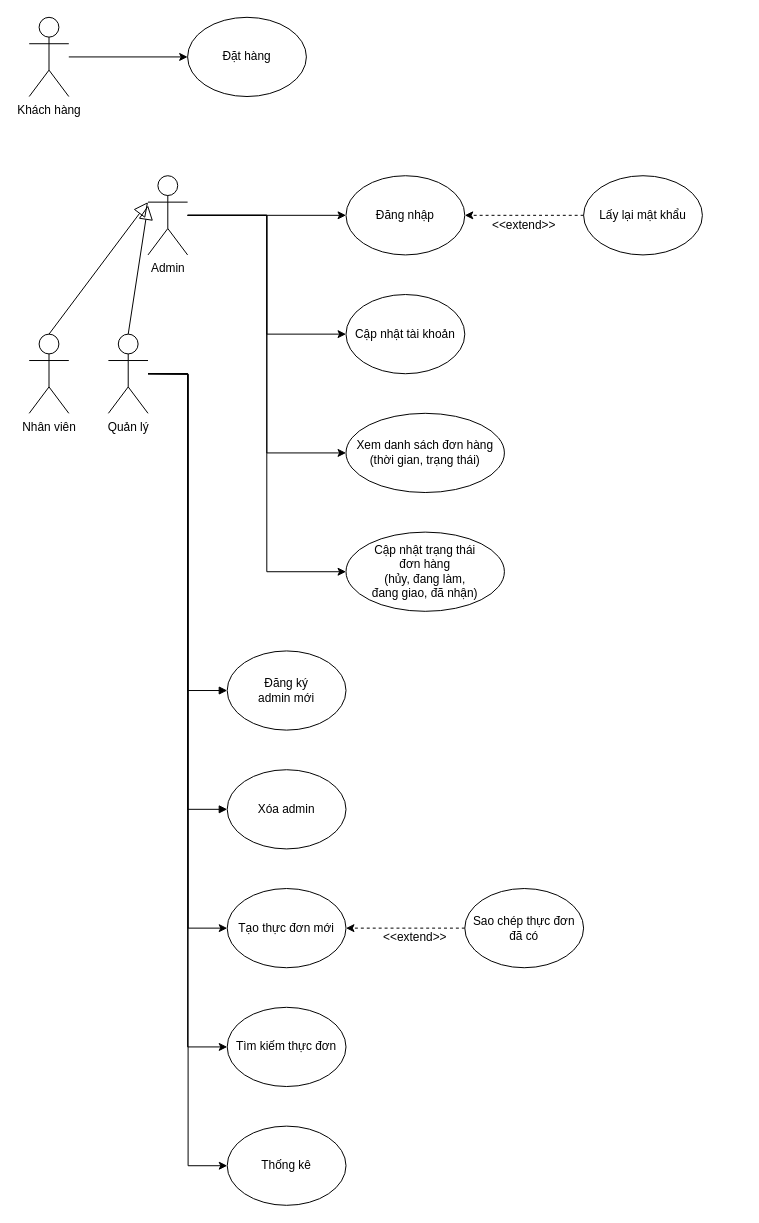
The draw.io diagram phan_tich/use-case/gourmet-catering-use-case.drawio in caoduonggithub/gourmet-au-catering, before the edit. Source tidied: cells renumbered, new cells numbered last; positions are measured from the earlier drawing's top-left corner, leaving out a move shared by most shapes. Both pictures are drawn from the tidied source at 99%, with x=0, y=0 at pixel (29, 17).
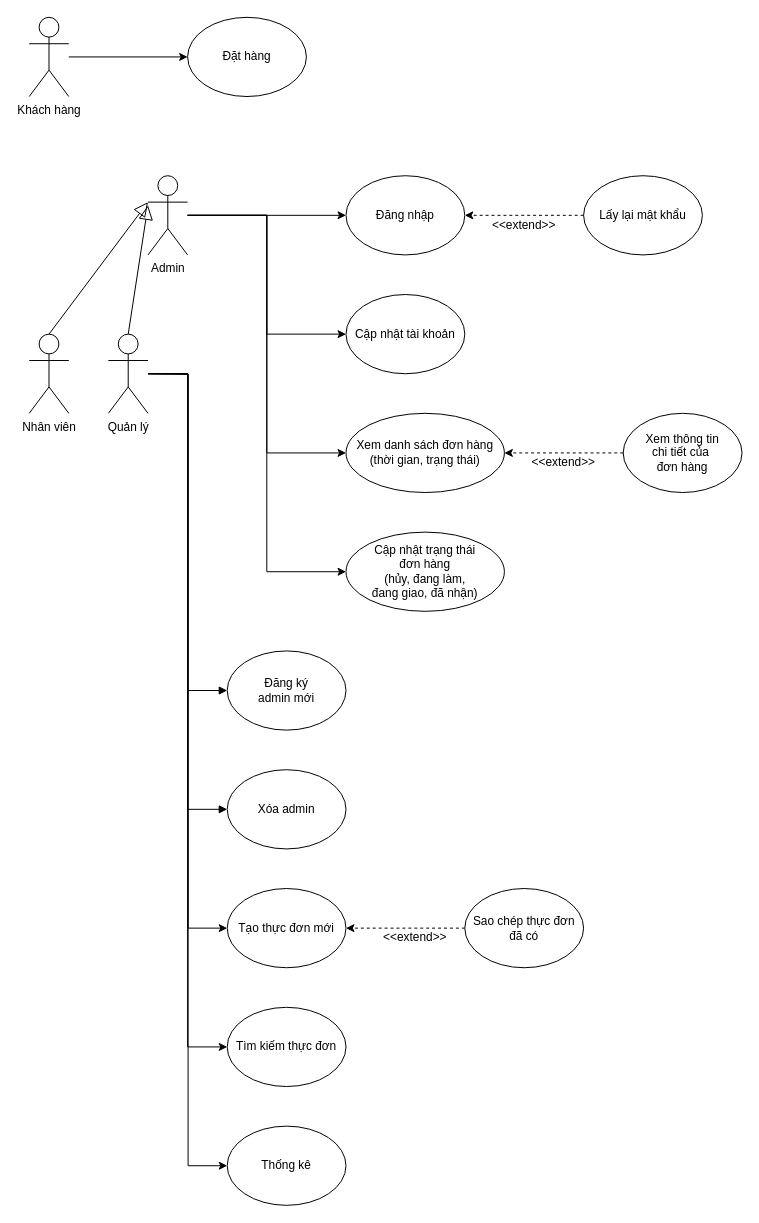
Above is the later version.

Change to the diagram source:
```diff
@@
+    <mxCell id="34" value="Xem thông tin&lt;br&gt;chi tiết của&amp;nbsp;&lt;br&gt;đơn hàng" style="ellipse;whiteSpace=wrap;html=1;" parent="1" vertex="1">
+      <mxGeometry x="600" y="400" width="120" height="80" as="geometry" />
+    </mxCell>
+    <mxCell id="35" value="&amp;lt;&amp;lt;extend&amp;gt;&amp;gt;" style="text;html=1;strokeColor=none;fillColor=none;align=center;verticalAlign=middle;whiteSpace=wrap;rounded=0;" parent="1" vertex="1">
+      <mxGeometry x="500" y="440" width="80" height="20" as="geometry" />
+    </mxCell>
+    <mxCell id="36" style="endArrow=classic;html=1;entryX=1;entryY=0.5;entryDx=0;entryDy=0;dashed=1;" parent="1" edge="1">
+      <mxGeometry relative="1" as="geometry">
+        <mxPoint x="600" y="440" as="sourcePoint" />
+        <mxPoint x="480" y="440" as="targetPoint" />
+      </mxGeometry>
+    </mxCell>
```
